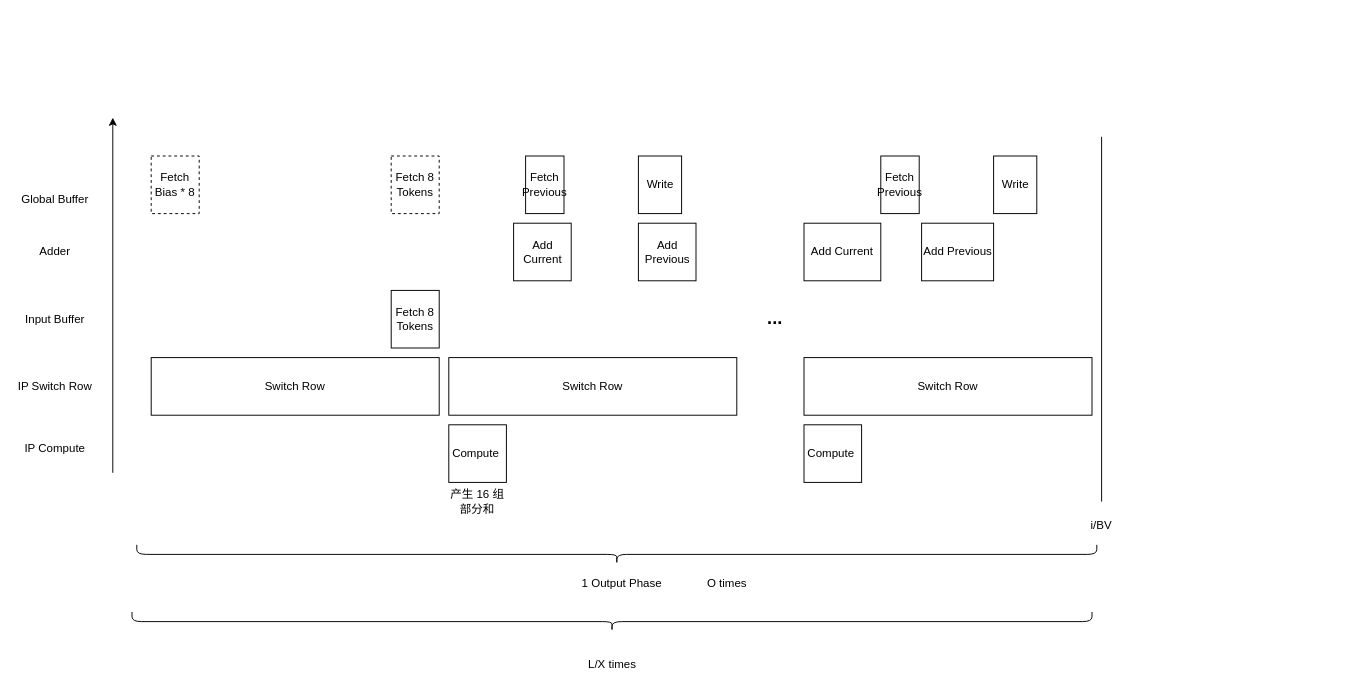
The draw.io diagram page "Token-Linear Xc1r" (5 of 8) of Segformer.drawio in Devil-SX/draw-io, before the edit. Source tidied: cells renumbered, new cells numbered last; positions are measured from the earlier drawing's top-left corner, leaving out a move shared by most shapes. Both pictures are drawn from the tidied source at 96%, with x=0, y=0 at pixel (16, 74).
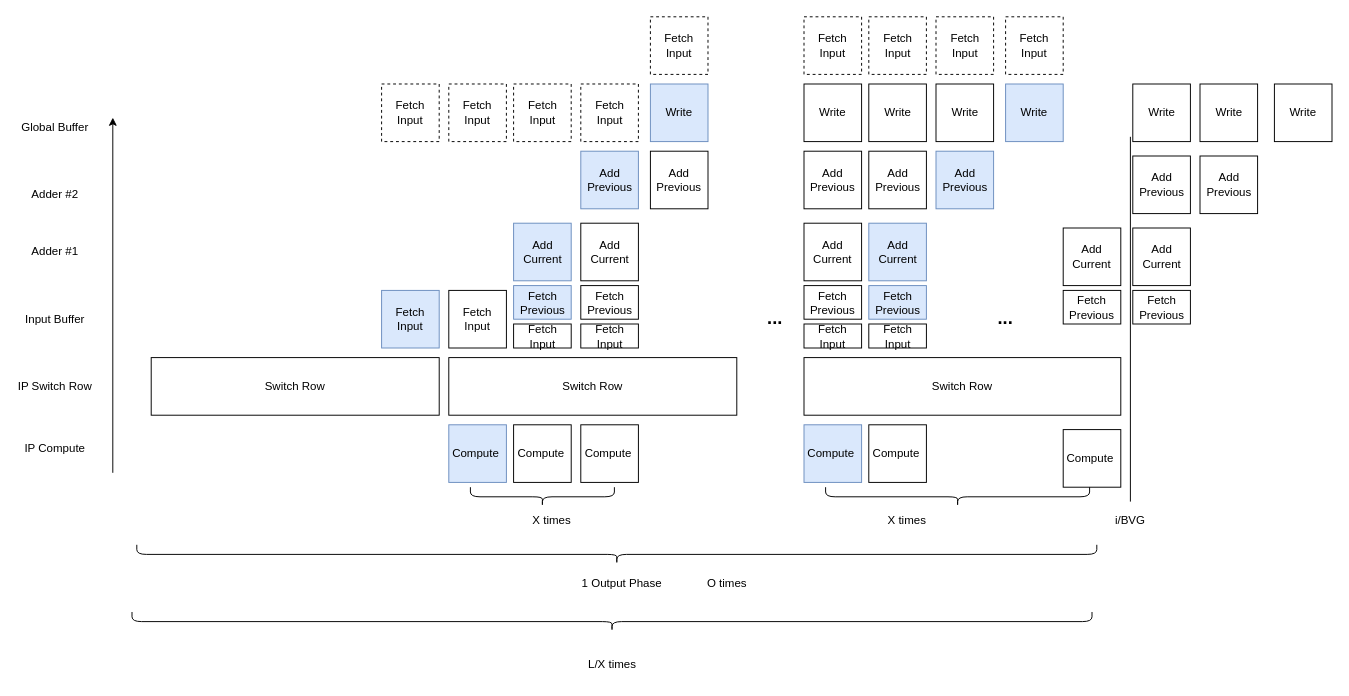
Above is the later version.

What changed in the source:
```diff
@@
-    <mxCell id="2" value="Fetch 8 Tokens" style="rounded=0;whiteSpace=wrap;html=1;" parent="1" vertex="1">
-      <mxGeometry x="390" y="225" width="50" height="60" as="geometry" />
+    <mxCell id="2" value="Fetch Input" style="rounded=0;whiteSpace=wrap;html=1;fillColor=#dae8fc;strokeColor=#6c8ebf;" parent="1" vertex="1">
+      <mxGeometry x="380" y="225" width="60" height="60" as="geometry" />
     </mxCell>
@@
-    <mxCell id="7" value="Compute&amp;nbsp;" style="rounded=0;whiteSpace=wrap;html=1;" parent="1" vertex="1">
+    <mxCell id="7" value="Compute&amp;nbsp;" style="rounded=0;whiteSpace=wrap;html=1;fillColor=#dae8fc;strokeColor=#6c8ebf;" parent="1" vertex="1">
       <mxGeometry x="450" y="365" width="60" height="60" as="geometry" />
     </mxCell>
-    <mxCell id="8" value="Compute&amp;nbsp;" style="rounded=0;whiteSpace=wrap;html=1;" parent="1" vertex="1">
-      <mxGeometry x="820" y="365" width="60" height="60" as="geometry" />
-    </mxCell>
@@
-    <mxCell id="10" value="Adder" style="text;html=1;strokeColor=none;fillColor=none;align=center;verticalAlign=middle;whiteSpace=wrap;rounded=0;" parent="1" vertex="1">
+    <mxCell id="10" value="Adder #1" style="text;html=1;strokeColor=none;fillColor=none;align=center;verticalAlign=middle;whiteSpace=wrap;rounded=0;" parent="1" vertex="1">
       <mxGeometry y="170" width="80" height="30" as="geometry" />
     </mxCell>
     <mxCell id="11" value="Global Buffer" style="text;html=1;strokeColor=none;fillColor=none;align=center;verticalAlign=middle;whiteSpace=wrap;rounded=0;" parent="1" vertex="1">
-      <mxGeometry y="115" width="80" height="30" as="geometry" />
+      <mxGeometry y="40" width="80" height="30" as="geometry" />
     </mxCell>
@@
-    <mxCell id="13" value="Switch Row" style="rounded=0;whiteSpace=wrap;html=1;" parent="1" vertex="1">
-      <mxGeometry x="820" y="295" width="300" height="60" as="geometry" />
-    </mxCell>
-    <mxCell id="14" value="Fetch Previous" style="rounded=0;whiteSpace=wrap;html=1;" parent="1" vertex="1">
-      <mxGeometry x="900" y="85" width="40" height="60" as="geometry" />
-    </mxCell>
-    <mxCell id="15" value="Add Current" style="rounded=0;whiteSpace=wrap;html=1;" parent="1" vertex="1">
-      <mxGeometry x="820" y="155" width="80" height="60" as="geometry" />
-    </mxCell>
-    <mxCell id="16" value="Add Previous" style="rounded=0;whiteSpace=wrap;html=1;" parent="1" vertex="1">
-      <mxGeometry x="942.5" y="155" width="75" height="60" as="geometry" />
-    </mxCell>
-    <mxCell id="17" value="Write" style="rounded=0;whiteSpace=wrap;html=1;" parent="1" vertex="1">
-      <mxGeometry x="1017.5" y="85" width="45" height="60" as="geometry" />
-    </mxCell>
     <mxCell id="18" style="endArrow=none;html=1;rounded=0;" parent="1" edge="1">
       <mxGeometry relative="1" as="geometry">
-        <mxPoint x="1130" y="445" as="sourcePoint" />
-        <mxPoint x="1130" y="65" as="targetPoint" />
+        <mxPoint x="1160" y="445" as="sourcePoint" />
+        <mxPoint x="1160" y="65" as="targetPoint" />
       </mxGeometry>
     </mxCell>
-    <mxCell id="19" value="i/BV" style="text;html=1;strokeColor=none;fillColor=none;align=center;verticalAlign=middle;whiteSpace=wrap;rounded=0;" parent="1" vertex="1">
-      <mxGeometry x="1100" y="455" width="60" height="30" as="geometry" />
+    <mxCell id="19" value="i/BVG" style="text;html=1;strokeColor=none;fillColor=none;align=center;verticalAlign=middle;whiteSpace=wrap;rounded=0;" parent="1" vertex="1">
+      <mxGeometry x="1130" y="450" width="60" height="30" as="geometry" />
     </mxCell>
-    <mxCell id="20" value="Fetch 8 Tokens" style="rounded=0;whiteSpace=wrap;html=1;dashed=1;" parent="1" vertex="1">
-      <mxGeometry x="390" y="85" width="50" height="60" as="geometry" />
+    <mxCell id="20" value="Fetch Input" style="rounded=0;whiteSpace=wrap;html=1;dashed=1;" parent="1" vertex="1">
+      <mxGeometry x="380" y="10" width="60" height="60" as="geometry" />
     </mxCell>
-    <mxCell id="21" value="Fetch Previous" style="rounded=0;whiteSpace=wrap;html=1;" parent="1" vertex="1">
-      <mxGeometry x="530" y="85" width="40" height="60" as="geometry" />
+    <mxCell id="21" value="Fetch Previous" style="rounded=0;whiteSpace=wrap;html=1;fillColor=#dae8fc;strokeColor=#6c8ebf;" parent="1" vertex="1">
+      <mxGeometry x="517.5" y="220" width="60" height="35" as="geometry" />
     </mxCell>
-    <mxCell id="22" value="Add Current" style="rounded=0;whiteSpace=wrap;html=1;" parent="1" vertex="1">
+    <mxCell id="22" value="Add Current" style="rounded=0;whiteSpace=wrap;html=1;fillColor=#dae8fc;strokeColor=#6c8ebf;" parent="1" vertex="1">
       <mxGeometry x="517.5" y="155" width="60" height="60" as="geometry" />
     </mxCell>
-    <mxCell id="23" value="Add Previous" style="rounded=0;whiteSpace=wrap;html=1;" parent="1" vertex="1">
-      <mxGeometry x="647.5" y="155" width="60" height="60" as="geometry" />
+    <mxCell id="23" value="Add Previous" style="rounded=0;whiteSpace=wrap;html=1;fillColor=#dae8fc;strokeColor=#6c8ebf;" parent="1" vertex="1">
+      <mxGeometry x="587.5" y="80" width="60" height="60" as="geometry" />
     </mxCell>
-    <mxCell id="24" value="Write" style="rounded=0;whiteSpace=wrap;html=1;" parent="1" vertex="1">
-      <mxGeometry x="647.5" y="85" width="45" height="60" as="geometry" />
+    <mxCell id="24" value="Write" style="rounded=0;whiteSpace=wrap;html=1;fillColor=#dae8fc;strokeColor=#6c8ebf;" parent="1" vertex="1">
+      <mxGeometry x="660" y="10" width="60" height="60" as="geometry" />
     </mxCell>
-    <mxCell id="25" value="Fetch Bias * 8" style="rounded=0;whiteSpace=wrap;html=1;dashed=1;" parent="1" vertex="1">
-      <mxGeometry x="140" y="85" width="50" height="60" as="geometry" />
-    </mxCell>
@@
-    <mxCell id="32" value="产生 16 组部分和" style="text;html=1;strokeColor=none;fillColor=none;align=center;verticalAlign=middle;whiteSpace=wrap;rounded=0;" parent="1" vertex="1">
-      <mxGeometry x="450" y="430" width="60" height="30" as="geometry" />
-    </mxCell>
+    <mxCell id="33" value="Adder #2" style="text;html=1;strokeColor=none;fillColor=none;align=center;verticalAlign=middle;whiteSpace=wrap;rounded=0;" parent="1" vertex="1">
+      <mxGeometry y="110" width="80" height="30" as="geometry" />
+    </mxCell>
+    <mxCell id="34" value="Add Current" style="rounded=0;whiteSpace=wrap;html=1;" parent="1" vertex="1">
+      <mxGeometry x="587.5" y="155" width="60" height="60" as="geometry" />
+    </mxCell>
+    <mxCell id="35" value="Compute&amp;nbsp;" style="rounded=0;whiteSpace=wrap;html=1;" parent="1" vertex="1">
+      <mxGeometry x="517.5" y="365" width="60" height="60" as="geometry" />
+    </mxCell>
+    <mxCell id="36" value="Fetch Input" style="rounded=0;whiteSpace=wrap;html=1;" parent="1" vertex="1">
+      <mxGeometry x="450" y="225" width="60" height="60" as="geometry" />
+    </mxCell>
+    <mxCell id="37" value="Fetch Input" style="rounded=0;whiteSpace=wrap;html=1;" parent="1" vertex="1">
+      <mxGeometry x="517.5" y="260" width="60" height="25" as="geometry" />
+    </mxCell>
+    <mxCell id="38" value="Fetch Previous" style="rounded=0;whiteSpace=wrap;html=1;" parent="1" vertex="1">
+      <mxGeometry x="587.5" y="220" width="60" height="35" as="geometry" />
+    </mxCell>
+    <mxCell id="39" value="Fetch Input" style="rounded=0;whiteSpace=wrap;html=1;" parent="1" vertex="1">
+      <mxGeometry x="587.5" y="260" width="60" height="25" as="geometry" />
+    </mxCell>
+    <mxCell id="40" value="Compute&amp;nbsp;" style="rounded=0;whiteSpace=wrap;html=1;" parent="1" vertex="1">
+      <mxGeometry x="587.5" y="365" width="60" height="60" as="geometry" />
+    </mxCell>
+    <mxCell id="41" value="Add Previous" style="rounded=0;whiteSpace=wrap;html=1;" parent="1" vertex="1">
+      <mxGeometry x="660" y="80" width="60" height="60" as="geometry" />
+    </mxCell>
+    <mxCell id="42" style="shape=curlyBracket;whiteSpace=wrap;html=1;rounded=1;flipH=1;labelPosition=right;verticalLabelPosition=middle;align=left;verticalAlign=middle;rotation=90;" parent="1" vertex="1">
+      <mxGeometry x="537.5" y="365" width="20" height="150" as="geometry" />
+    </mxCell>
+    <mxCell id="43" value="X times" style="text;html=1;strokeColor=none;fillColor=none;align=center;verticalAlign=middle;whiteSpace=wrap;rounded=0;" parent="1" vertex="1">
+      <mxGeometry x="505" y="450" width="105" height="30" as="geometry" />
+    </mxCell>
+    <mxCell id="44" value="Compute&amp;nbsp;" style="rounded=0;whiteSpace=wrap;html=1;fillColor=#dae8fc;strokeColor=#6c8ebf;" parent="1" vertex="1">
+      <mxGeometry x="820" y="365" width="60" height="60" as="geometry" />
+    </mxCell>
+    <mxCell id="13" value="Switch Row" style="rounded=0;whiteSpace=wrap;html=1;" parent="1" vertex="1">
+      <mxGeometry x="820" y="295" width="330" height="60" as="geometry" />
+    </mxCell>
+    <mxCell id="45" value="Fetch Previous" style="rounded=0;whiteSpace=wrap;html=1;fillColor=#dae8fc;strokeColor=#6c8ebf;" parent="1" vertex="1">
+      <mxGeometry x="887.5" y="220" width="60" height="35" as="geometry" />
+    </mxCell>
+    <mxCell id="46" value="Add Current" style="rounded=0;whiteSpace=wrap;html=1;fillColor=#dae8fc;strokeColor=#6c8ebf;" parent="1" vertex="1">
+      <mxGeometry x="887.5" y="155" width="60" height="60" as="geometry" />
+    </mxCell>
+    <mxCell id="47" value="Add Previous" style="rounded=0;whiteSpace=wrap;html=1;fillColor=#dae8fc;strokeColor=#6c8ebf;" parent="1" vertex="1">
+      <mxGeometry x="957.5" y="80" width="60" height="60" as="geometry" />
+    </mxCell>
+    <mxCell id="48" value="Write" style="rounded=0;whiteSpace=wrap;html=1;fillColor=#dae8fc;strokeColor=#6c8ebf;" parent="1" vertex="1">
+      <mxGeometry x="1030" y="10" width="60" height="60" as="geometry" />
+    </mxCell>
+    <mxCell id="49" value="Add Current" style="rounded=0;whiteSpace=wrap;html=1;" parent="1" vertex="1">
+      <mxGeometry x="1090" y="160" width="60" height="60" as="geometry" />
+    </mxCell>
+    <mxCell id="50" value="Compute&amp;nbsp;" style="rounded=0;whiteSpace=wrap;html=1;" parent="1" vertex="1">
+      <mxGeometry x="887.5" y="365" width="60" height="60" as="geometry" />
+    </mxCell>
+    <mxCell id="51" value="Fetch Input" style="rounded=0;whiteSpace=wrap;html=1;" parent="1" vertex="1">
+      <mxGeometry x="887.5" y="260" width="60" height="25" as="geometry" />
+    </mxCell>
+    <mxCell id="52" value="Fetch Previous" style="rounded=0;whiteSpace=wrap;html=1;" parent="1" vertex="1">
+      <mxGeometry x="1090" y="225" width="60" height="35" as="geometry" />
+    </mxCell>
+    <mxCell id="53" value="Compute&amp;nbsp;" style="rounded=0;whiteSpace=wrap;html=1;" parent="1" vertex="1">
+      <mxGeometry x="1090" y="370" width="60" height="60" as="geometry" />
+    </mxCell>
+    <mxCell id="54" value="Add Previous" style="rounded=0;whiteSpace=wrap;html=1;" parent="1" vertex="1">
+      <mxGeometry x="1162.5" y="85" width="60" height="60" as="geometry" />
+    </mxCell>
+    <mxCell id="55" style="shape=curlyBracket;whiteSpace=wrap;html=1;rounded=1;flipH=1;labelPosition=right;verticalLabelPosition=middle;align=left;verticalAlign=middle;rotation=90;" parent="1" vertex="1">
+      <mxGeometry x="970" y="302.5" width="20" height="275" as="geometry" />
+    </mxCell>
+    <mxCell id="56" value="X times" style="text;html=1;strokeColor=none;fillColor=none;align=center;verticalAlign=middle;whiteSpace=wrap;rounded=0;" parent="1" vertex="1">
+      <mxGeometry x="875" y="450" width="105" height="30" as="geometry" />
+    </mxCell>
+    <mxCell id="57" value="Fetch Input" style="rounded=0;whiteSpace=wrap;html=1;dashed=1;" parent="1" vertex="1">
+      <mxGeometry x="450" y="10" width="60" height="60" as="geometry" />
+    </mxCell>
+    <mxCell id="58" value="Fetch Input" style="rounded=0;whiteSpace=wrap;html=1;dashed=1;" parent="1" vertex="1">
+      <mxGeometry x="517.5" y="10" width="60" height="60" as="geometry" />
+    </mxCell>
+    <mxCell id="59" value="Fetch Input" style="rounded=0;whiteSpace=wrap;html=1;dashed=1;" parent="1" vertex="1">
+      <mxGeometry x="587.5" y="10" width="60" height="60" as="geometry" />
+    </mxCell>
+    <mxCell id="60" value="Fetch Input" style="rounded=0;whiteSpace=wrap;html=1;dashed=1;" parent="1" vertex="1">
+      <mxGeometry x="660" y="-60" width="60" height="60" as="geometry" />
+    </mxCell>
+    <mxCell id="61" value="Fetch Input" style="rounded=0;whiteSpace=wrap;html=1;dashed=1;" parent="1" vertex="1">
+      <mxGeometry x="820" y="-60" width="60" height="60" as="geometry" />
+    </mxCell>
+    <mxCell id="62" value="Fetch Input" style="rounded=0;whiteSpace=wrap;html=1;dashed=1;" parent="1" vertex="1">
+      <mxGeometry x="887.5" y="-60" width="60" height="60" as="geometry" />
+    </mxCell>
+    <mxCell id="63" value="Fetch Input" style="rounded=0;whiteSpace=wrap;html=1;dashed=1;" parent="1" vertex="1">
+      <mxGeometry x="957.5" y="-60" width="60" height="60" as="geometry" />
+    </mxCell>
+    <mxCell id="64" value="Fetch Input" style="rounded=0;whiteSpace=wrap;html=1;dashed=1;" parent="1" vertex="1">
+      <mxGeometry x="1030" y="-60" width="60" height="60" as="geometry" />
+    </mxCell>
+    <mxCell id="65" value="Fetch Previous" style="rounded=0;whiteSpace=wrap;html=1;" parent="1" vertex="1">
+      <mxGeometry x="820" y="220" width="60" height="35" as="geometry" />
+    </mxCell>
+    <mxCell id="66" value="Fetch Input" style="rounded=0;whiteSpace=wrap;html=1;" parent="1" vertex="1">
+      <mxGeometry x="820" y="260" width="60" height="25" as="geometry" />
+    </mxCell>
+    <mxCell id="67" value="Add Current" style="rounded=0;whiteSpace=wrap;html=1;" parent="1" vertex="1">
+      <mxGeometry x="820" y="155" width="60" height="60" as="geometry" />
+    </mxCell>
+    <mxCell id="68" value="Add Previous" style="rounded=0;whiteSpace=wrap;html=1;" parent="1" vertex="1">
+      <mxGeometry x="887.5" y="80" width="60" height="60" as="geometry" />
+    </mxCell>
+    <mxCell id="69" value="Add Previous" style="rounded=0;whiteSpace=wrap;html=1;" parent="1" vertex="1">
+      <mxGeometry x="820" y="80" width="60" height="60" as="geometry" />
+    </mxCell>
+    <mxCell id="70" value="&lt;b&gt;&lt;font style=&quot;font-size: 19px;&quot;&gt;...&lt;/font&gt;&lt;/b&gt;" style="text;html=1;strokeColor=none;fillColor=none;align=center;verticalAlign=middle;whiteSpace=wrap;rounded=0;" parent="1" vertex="1">
+      <mxGeometry x="1000" y="240" width="60" height="30" as="geometry" />
+    </mxCell>
+    <mxCell id="71" value="Fetch Previous" style="rounded=0;whiteSpace=wrap;html=1;" parent="1" vertex="1">
+      <mxGeometry x="1162.5" y="225" width="60" height="35" as="geometry" />
+    </mxCell>
+    <mxCell id="72" value="Add Previous" style="rounded=0;whiteSpace=wrap;html=1;" parent="1" vertex="1">
+      <mxGeometry x="1232.5" y="85" width="60" height="60" as="geometry" />
+    </mxCell>
+    <mxCell id="73" value="Add Current" style="rounded=0;whiteSpace=wrap;html=1;" parent="1" vertex="1">
+      <mxGeometry x="1162.5" y="160" width="60" height="60" as="geometry" />
+    </mxCell>
+    <mxCell id="74" value="Write" style="rounded=0;whiteSpace=wrap;html=1;" parent="1" vertex="1">
+      <mxGeometry x="1310" y="10" width="60" height="60" as="geometry" />
+    </mxCell>
+    <mxCell id="75" value="Write" style="rounded=0;whiteSpace=wrap;html=1;" parent="1" vertex="1">
+      <mxGeometry x="957.5" y="10" width="60" height="60" as="geometry" />
+    </mxCell>
+    <mxCell id="76" value="Write" style="rounded=0;whiteSpace=wrap;html=1;" parent="1" vertex="1">
+      <mxGeometry x="887.5" y="10" width="60" height="60" as="geometry" />
+    </mxCell>
+    <mxCell id="77" value="Write" style="rounded=0;whiteSpace=wrap;html=1;" parent="1" vertex="1">
+      <mxGeometry x="820" y="10" width="60" height="60" as="geometry" />
+    </mxCell>
+    <mxCell id="78" value="Write" style="rounded=0;whiteSpace=wrap;html=1;" parent="1" vertex="1">
+      <mxGeometry x="1232.5" y="10" width="60" height="60" as="geometry" />
+    </mxCell>
+    <mxCell id="79" value="Write" style="rounded=0;whiteSpace=wrap;html=1;" parent="1" vertex="1">
+      <mxGeometry x="1162.5" y="10" width="60" height="60" as="geometry" />
+    </mxCell>
```
